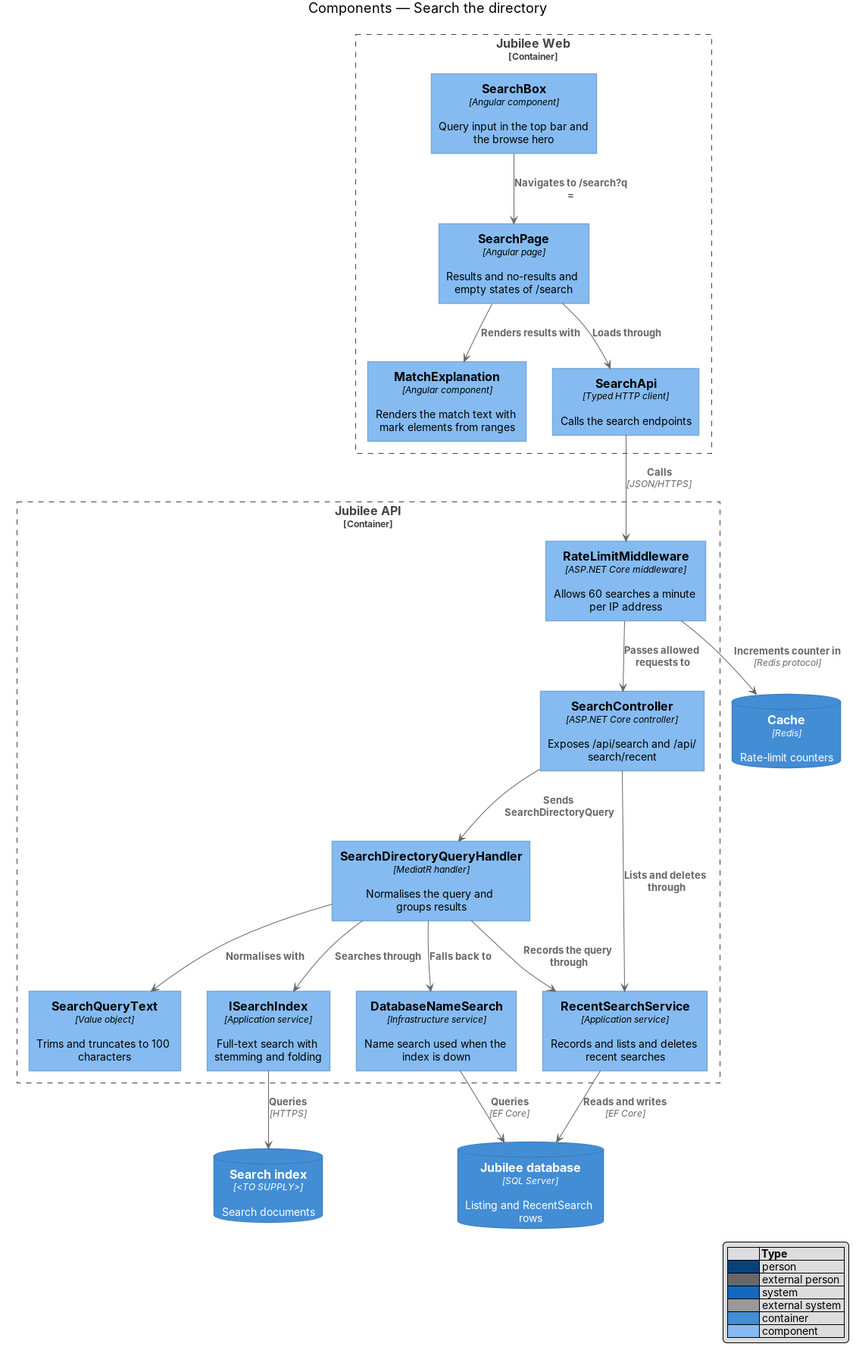
Earlier version of the PlantUML export docs/detailed-designs/directory/search-directory/diagrams/c4-component.png (QuinntyneBrown/jubilee). Its source is kept beside it as docs/detailed-designs/directory/search-directory/diagrams/c4-component.puml.
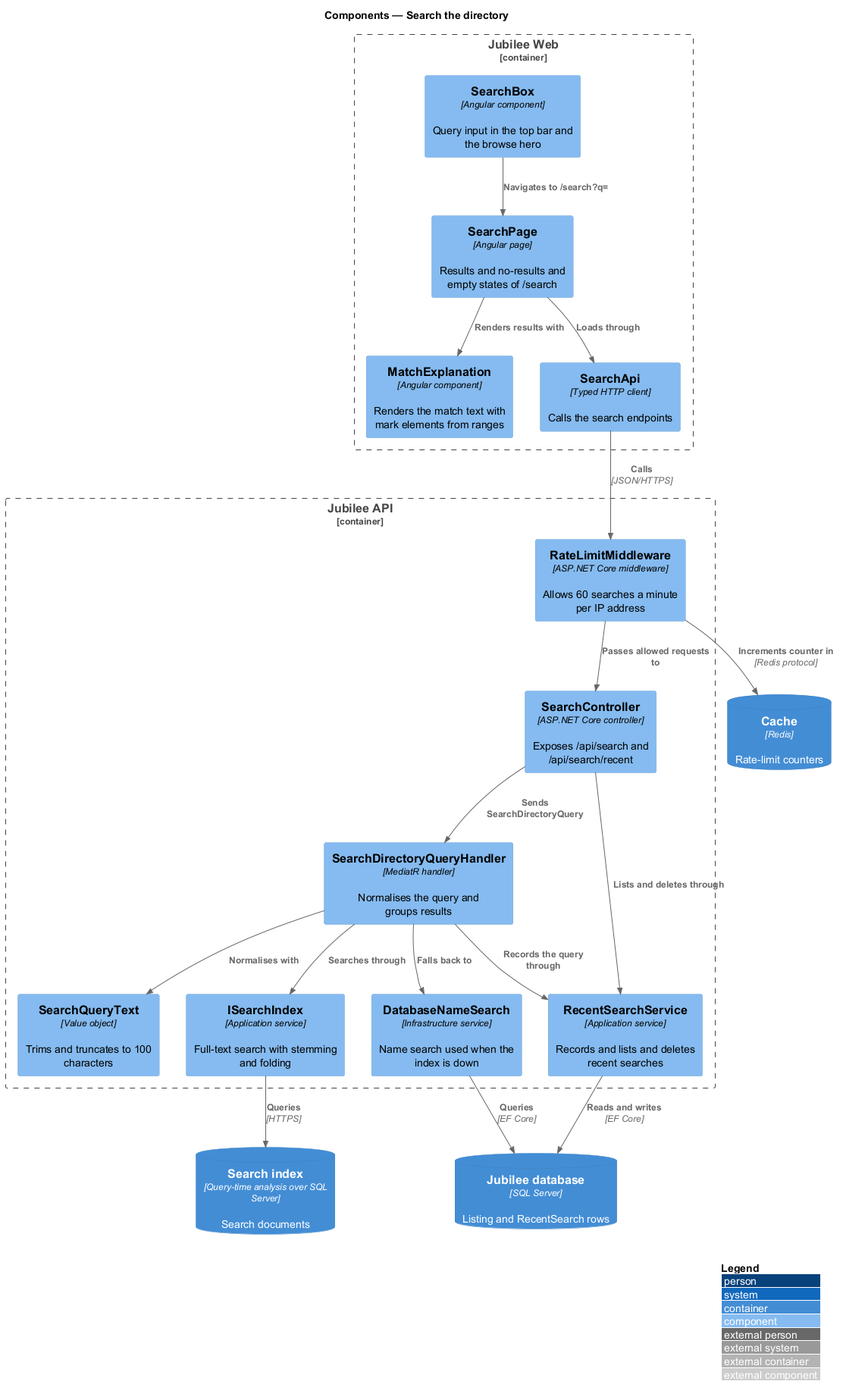
Above is the later version.

Diff of the diagram source:
```diff
@@ -18,7 +18,7 @@
   Component(fallback, "DatabaseNameSearch", "Infrastructure service", "Name search used when the index is down")
   Component(recent, "RecentSearchService", "Application service", "Records and lists and deletes recent searches")
 }
-ContainerDb(index, "Search index", "<TO SUPPLY>", "Search documents")
+ContainerDb(index, "Search index", "Query-time analysis over SQL Server", "Search documents")
 ContainerDb(cache, "Cache", "Redis", "Rate-limit counters")
 ContainerDb(db, "Jubilee database", "SQL Server", "Listing and RecentSearch rows")
 
```
